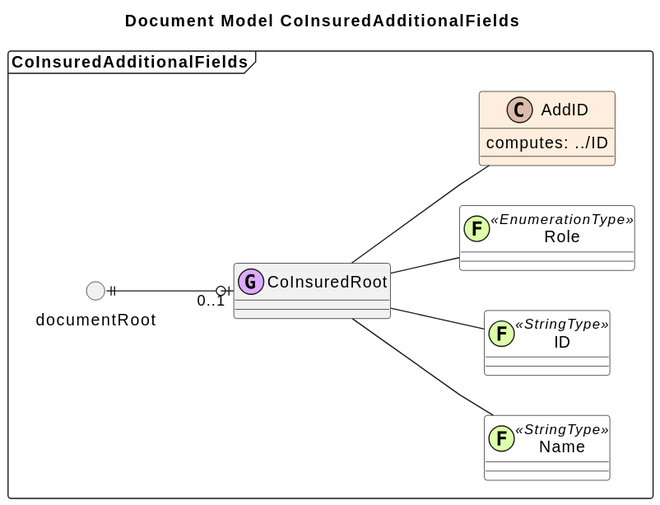
Above: dataservices-test-resources/src/main/resources/diagrams/images/CoInsuredAdditionalFields.svg in mgm-tp/a12-dataservices (PlantUML), before the change. Its source is kept beside it as dataservices-test-resources/src/main/resources/diagrams/generated/CoInsuredAdditionalFields.puml.
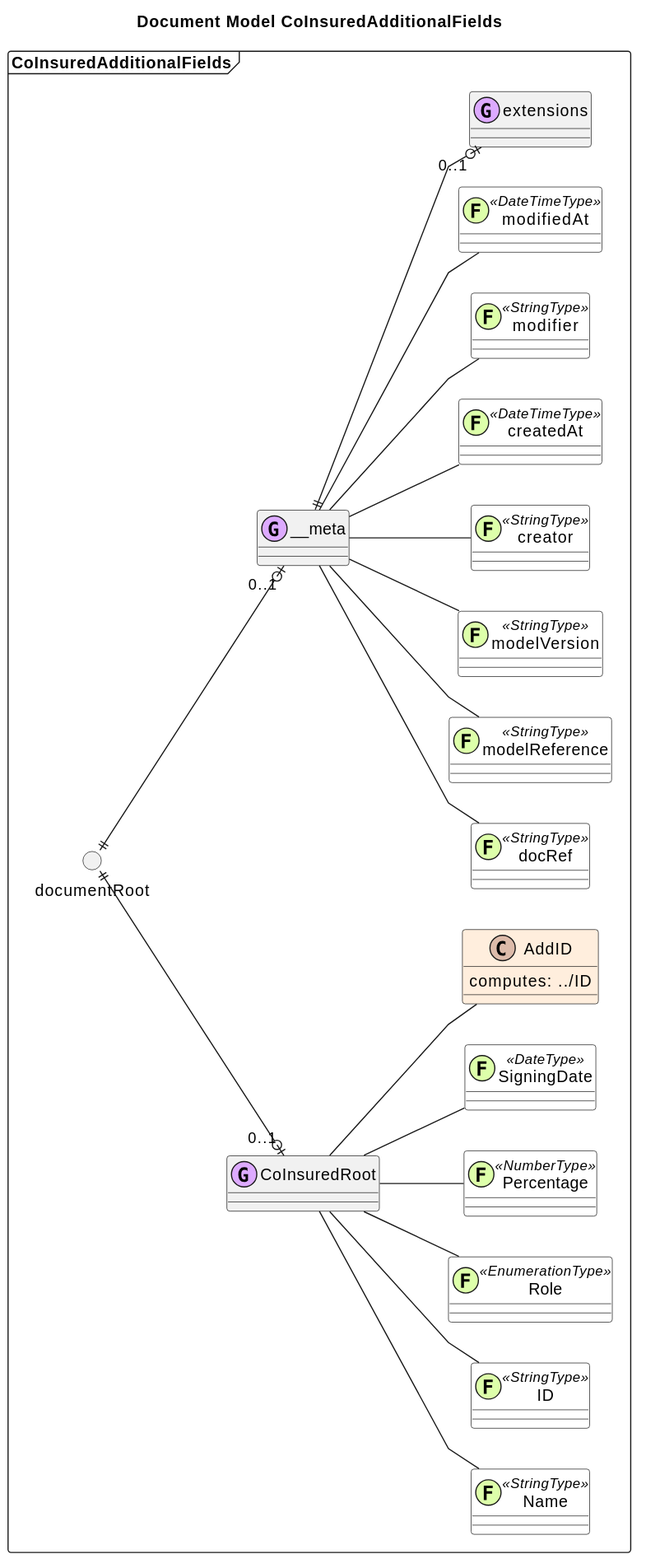
Above is the later version.

Change to the diagram source:
```diff
@@ -96,5 +96,26 @@
 
 	CoInsuredAdditionalFieldsDocumentRoot ||--o| "0..1" group_3cab4
 
+	group('"__meta" as abc6a6767a60488754aace2accb73824_group_8f4b1')
+	field('"docRef" as abc6a6767a60488754aace2accb73824_field_1169c <<StringType>>')
+	abc6a6767a60488754aace2accb73824_group_8f4b1 -- abc6a6767a60488754aace2accb73824_field_1169c
+	field('"modelReference" as abc6a6767a60488754aace2accb73824_field_cfb40 <<StringType>>')
+	abc6a6767a60488754aace2accb73824_group_8f4b1 -- abc6a6767a60488754aace2accb73824_field_cfb40
+	field('"modelVersion" as abc6a6767a60488754aace2accb73824_field_17e3b <<StringType>>')
+	abc6a6767a60488754aace2accb73824_group_8f4b1 -- abc6a6767a60488754aace2accb73824_field_17e3b
+	field('"creator" as abc6a6767a60488754aace2accb73824_field_cdaf9 <<StringType>>')
+	abc6a6767a60488754aace2accb73824_group_8f4b1 -- abc6a6767a60488754aace2accb73824_field_cdaf9
+	field('"createdAt" as abc6a6767a60488754aace2accb73824_field_65672 <<DateTimeType>>')
+	abc6a6767a60488754aace2accb73824_group_8f4b1 -- abc6a6767a60488754aace2accb73824_field_65672
+	field('"modifier" as abc6a6767a60488754aace2accb73824_field_1fa32 <<StringType>>')
+	abc6a6767a60488754aace2accb73824_group_8f4b1 -- abc6a6767a60488754aace2accb73824_field_1fa32
+	field('"modifiedAt" as abc6a6767a60488754aace2accb73824_field_5cd66 <<DateTimeType>>')
+	abc6a6767a60488754aace2accb73824_group_8f4b1 -- abc6a6767a60488754aace2accb73824_field_5cd66
+	group('"extensions" as abc6a6767a60488754aace2accb73824_group_4c9a1')
+
+	abc6a6767a60488754aace2accb73824_group_8f4b1 ||--o| "0..1" abc6a6767a60488754aace2accb73824_group_4c9a1
+
+	CoInsuredAdditionalFieldsDocumentRoot ||--o| "0..1" abc6a6767a60488754aace2accb73824_group_8f4b1
+
 }
 @enduml
```
